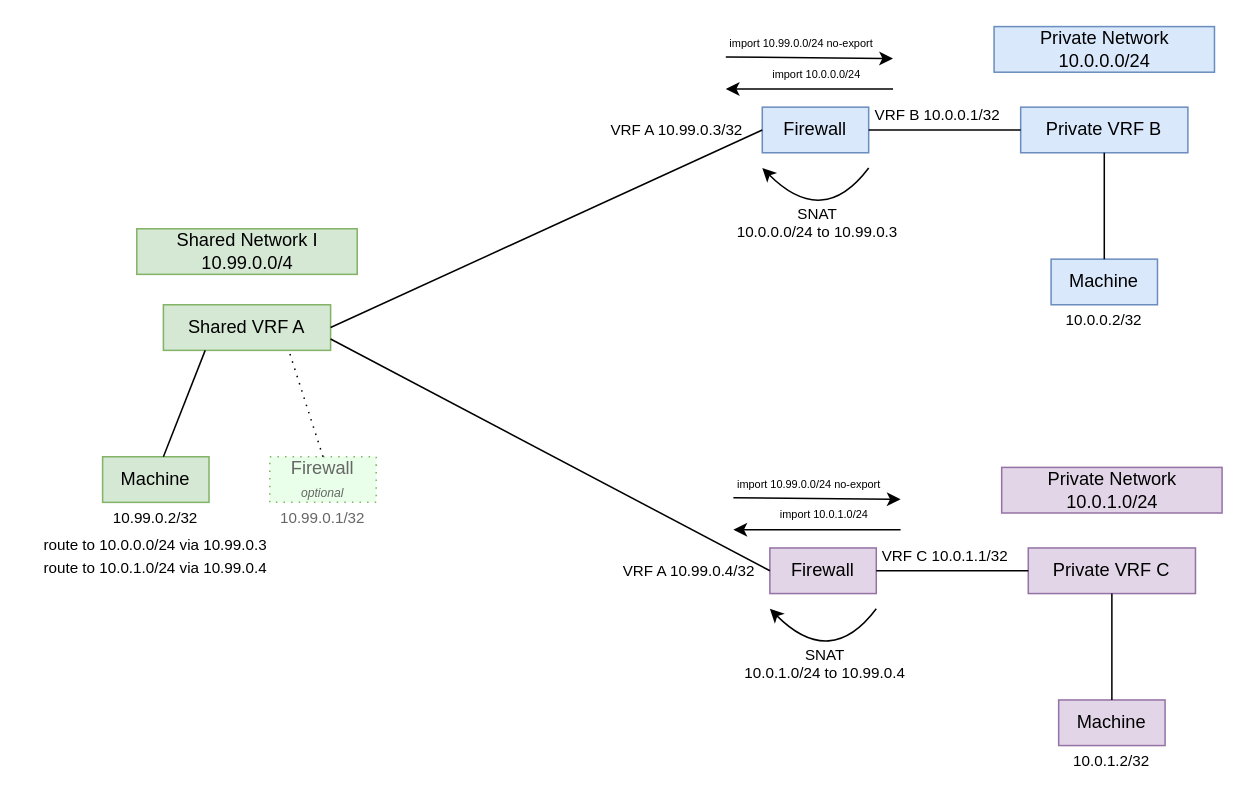
Above: docs/src/development/proposals/MEP5/shared_advanced.drawio in metal-stack/docs (draw.io), before the change. Source tidied: cells renumbered, new cells numbered last; positions are measured from the earlier drawing's top-left corner, leaving out a move shared by most shapes. Both pictures are drawn from the tidied source at 152%, with x=0, y=0 at pixel (26, 26).
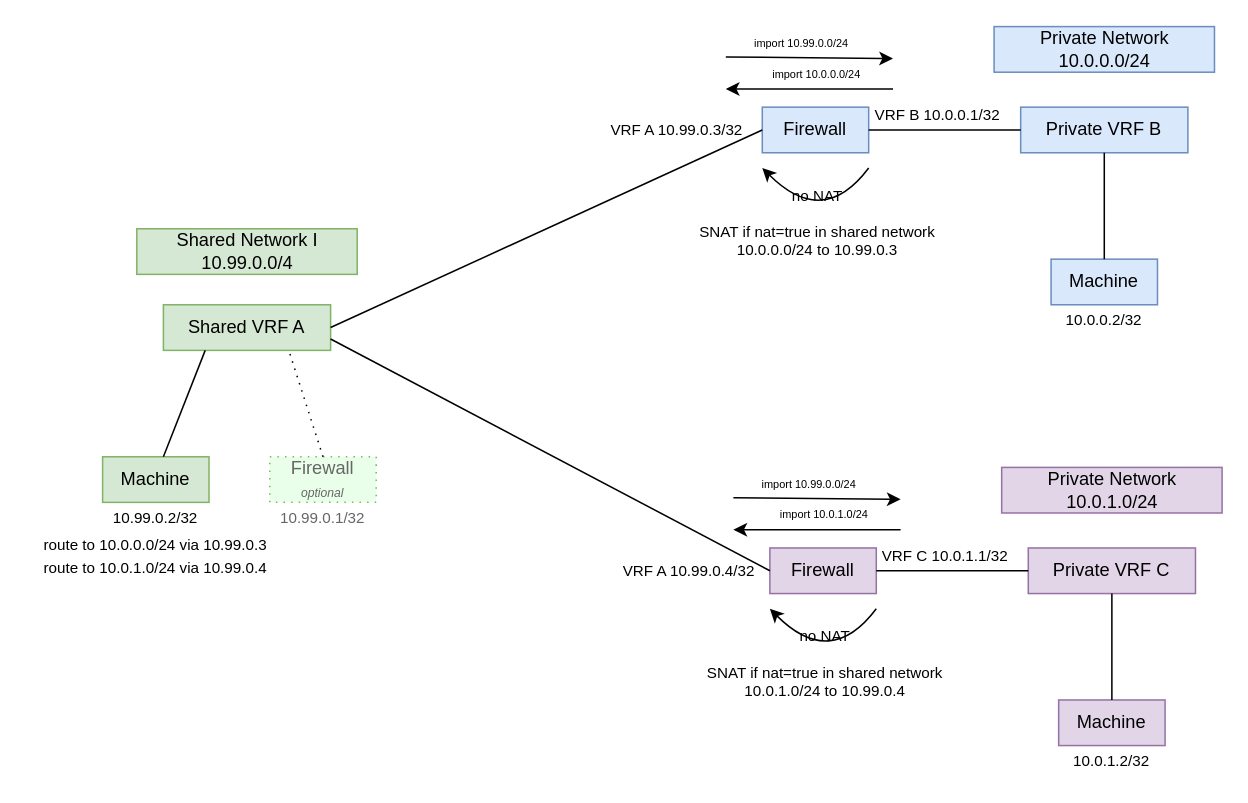
After the change.

Change to the diagram source:
```diff
@@
-    <mxCell id="21" value="SNAT&lt;br&gt;10.0.0.0/24 to 10.99.0.3" style="text;html=1;align=center;verticalAlign=middle;fontSize=10;" parent="1" vertex="1">
-      <mxGeometry x="460" y="114" width="120" height="30" as="geometry" />
+    <mxCell id="21" value="no NAT&lt;br&gt;&lt;br&gt;SNAT if nat=true in shared network&lt;br&gt;10.0.0.0/24 to 10.99.0.3" style="text;html=1;align=center;verticalAlign=middle;fontSize=10;" parent="1" vertex="1">
+      <mxGeometry x="435" y="104" width="170" height="50" as="geometry" />
     </mxCell>
@@
-    <mxCell id="23" value="&lt;span style=&quot;color: rgb(0 , 0 , 0) ; font-family: &amp;#34;helvetica&amp;#34; ; font-size: 7.2px ; font-style: normal ; font-weight: 400 ; letter-spacing: normal ; text-align: center ; text-indent: 0px ; text-transform: none ; word-spacing: 0px ; background-color: rgb(255 , 255 , 255) ; display: inline ; float: none&quot;&gt;import 10.99.0.0/24 no-export&lt;/span&gt;" style="text;html=1;strokeColor=none;fillColor=none;align=center;verticalAlign=middle;whiteSpace=wrap;rounded=0;" parent="1" vertex="1">
+    <mxCell id="23" value="&lt;span style=&quot;color: rgb(0 , 0 , 0) ; font-family: &amp;#34;helvetica&amp;#34; ; font-size: 7.2px ; font-style: normal ; font-weight: 400 ; letter-spacing: normal ; text-align: center ; text-indent: 0px ; text-transform: none ; word-spacing: 0px ; background-color: rgb(255 , 255 , 255) ; display: inline ; float: none&quot;&gt;import 10.99.0.0/24&lt;/span&gt;" style="text;html=1;strokeColor=none;fillColor=none;align=center;verticalAlign=middle;whiteSpace=wrap;rounded=0;" parent="1" vertex="1">
       <mxGeometry x="460" width="100" height="20" as="geometry" />
     </mxCell>
@@
-    <mxCell id="35" value="SNAT&lt;br&gt;10.0.1.0/24 to 10.99.0.4" style="text;html=1;align=center;verticalAlign=middle;fontSize=10;" parent="1" vertex="1">
-      <mxGeometry x="465" y="404" width="120" height="30" as="geometry" />
+    <mxCell id="35" value="no NAT&lt;br&gt;&lt;br&gt;SNAT if nat=true in shared network&lt;br&gt;10.0.1.0/24 to 10.99.0.4" style="text;html=1;align=center;verticalAlign=middle;fontSize=10;" parent="1" vertex="1">
+      <mxGeometry x="440" y="394" width="170" height="50" as="geometry" />
     </mxCell>
@@
-    <mxCell id="37" value="&lt;span style=&quot;color: rgb(0 , 0 , 0) ; font-family: &amp;#34;helvetica&amp;#34; ; font-size: 7.2px ; font-style: normal ; font-weight: 400 ; letter-spacing: normal ; text-align: center ; text-indent: 0px ; text-transform: none ; word-spacing: 0px ; background-color: rgb(255 , 255 , 255) ; display: inline ; float: none&quot;&gt;import 10.99.0.0/24 no-export&lt;/span&gt;" style="text;html=1;strokeColor=none;fillColor=none;align=center;verticalAlign=middle;whiteSpace=wrap;rounded=0;" parent="1" vertex="1">
+    <mxCell id="37" value="&lt;span style=&quot;color: rgb(0 , 0 , 0) ; font-family: &amp;#34;helvetica&amp;#34; ; font-size: 7.2px ; font-style: normal ; font-weight: 400 ; letter-spacing: normal ; text-align: center ; text-indent: 0px ; text-transform: none ; word-spacing: 0px ; background-color: rgb(255 , 255 , 255) ; display: inline ; float: none&quot;&gt;import 10.99.0.0/24&lt;/span&gt;" style="text;html=1;strokeColor=none;fillColor=none;align=center;verticalAlign=middle;whiteSpace=wrap;rounded=0;" parent="1" vertex="1">
       <mxGeometry x="465" y="290" width="100" height="20" as="geometry" />
     </mxCell>
```
